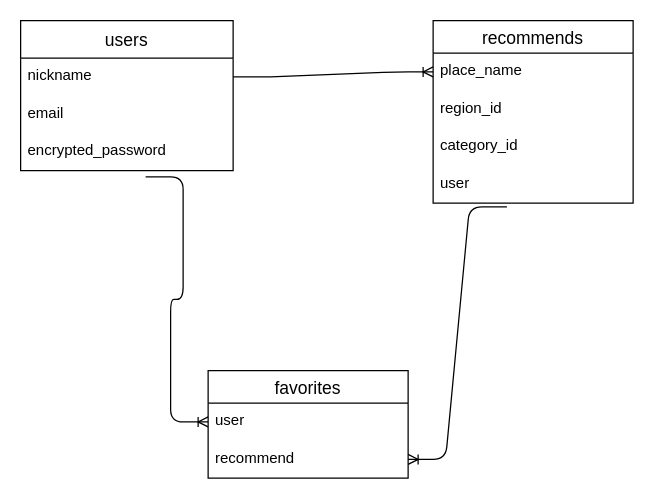
Earlier version of the draw.io diagram test.dio (Ikumarucyanman/original-37116). Source tidied: cells renumbered, new cells numbered last; positions are measured from the earlier drawing's top-left corner, leaving out a move shared by most shapes. Both pictures are drawn from the tidied source at 125%, with x=0, y=0 at pixel (20, 20).
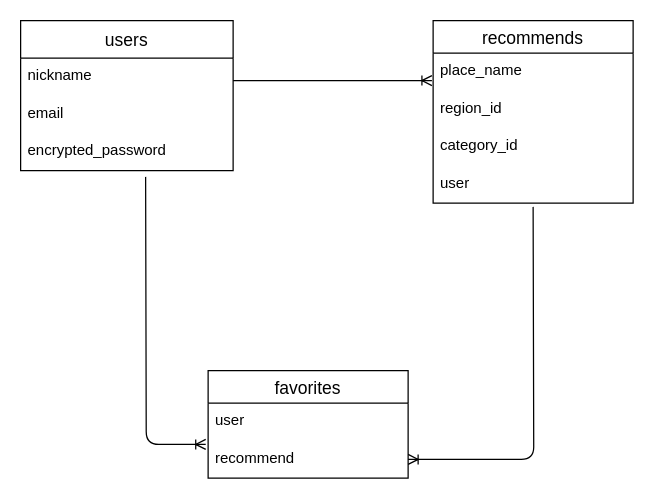
Above is the later version.

What changed in the source:
```diff
@@
 <mxGraphModel>
   <root>
     <mxCell id="0" />
     <mxCell id="1" parent="0" />
     <mxCell id="2" value="users" style="swimlane;fontStyle=0;horizontal=1;startSize=30;align=center;fontSize=14;" parent="1" vertex="1">
       <mxGeometry width="170" height="120" as="geometry" />
     </mxCell>
     <mxCell id="3" value="nickname" style="text;strokeColor=none;fillColor=none;spacingLeft=4;spacingRight=4;overflow=hidden;points=[[0,0.5],[1,0.5]];portConstraint=eastwest;fontSize=12;" parent="2" vertex="1">
       <mxGeometry y="30" width="170" height="30" as="geometry" />
     </mxCell>
     <mxCell id="4" value="email" style="text;strokeColor=none;fillColor=none;spacingLeft=4;spacingRight=4;overflow=hidden;fontSize=12;" parent="2" vertex="1">
       <mxGeometry y="60" width="170" height="30" as="geometry" />
     </mxCell>
     <mxCell id="5" value="encrypted_password" style="text;strokeColor=none;fillColor=none;spacingLeft=4;spacingRight=4;overflow=hidden;fontSize=12;" parent="2" vertex="1">
       <mxGeometry y="90" width="170" height="30" as="geometry" />
     </mxCell>
     <mxCell id="6" value="recommends" style="swimlane;fontStyle=0;horizontal=1;startSize=26;align=center;fontSize=14;" parent="1" vertex="1">
       <mxGeometry x="330" width="160" height="146" as="geometry" />
     </mxCell>
     <mxCell id="7" value="place_name" style="text;strokeColor=none;fillColor=none;spacingLeft=4;spacingRight=4;overflow=hidden;points=[[0,0.5],[1,0.5]];portConstraint=eastwest;fontSize=12;" parent="6" vertex="1">
       <mxGeometry y="26" width="160" height="30" as="geometry" />
     </mxCell>
     <mxCell id="8" value="region_id" style="text;strokeColor=none;fillColor=none;spacingLeft=4;spacingRight=4;overflow=hidden;fontSize=12;" parent="6" vertex="1">
       <mxGeometry y="56" width="160" height="30" as="geometry" />
     </mxCell>
     <mxCell id="9" value="category_id" style="text;strokeColor=none;fillColor=none;spacingLeft=4;spacingRight=4;overflow=hidden;fontSize=12;" parent="6" vertex="1">
       <mxGeometry y="86" width="160" height="30" as="geometry" />
     </mxCell>
     <mxCell id="10" value="user" style="text;strokeColor=none;fillColor=none;spacingLeft=4;spacingRight=4;overflow=hidden;points=[[0,0.5],[1,0.5]];portConstraint=eastwest;fontSize=12;" parent="6" vertex="1">
       <mxGeometry y="116" width="160" height="30" as="geometry" />
     </mxCell>
     <mxCell id="11" value="favorites" style="swimlane;fontStyle=0;horizontal=1;startSize=26;align=center;fontSize=14;" parent="1" vertex="1">
       <mxGeometry x="150" y="280" width="160" height="86" as="geometry" />
     </mxCell>
     <mxCell id="12" value="user" style="text;strokeColor=none;fillColor=none;spacingLeft=4;spacingRight=4;overflow=hidden;points=[[0,0.5],[1,0.5]];portConstraint=eastwest;fontSize=12;" parent="11" vertex="1">
       <mxGeometry y="26" width="160" height="30" as="geometry" />
     </mxCell>
     <mxCell id="13" value="recommend" style="text;strokeColor=none;fillColor=none;spacingLeft=4;spacingRight=4;overflow=hidden;points=[[0,0.5],[1,0.5]];portConstraint=eastwest;fontSize=12;" parent="11" vertex="1">
       <mxGeometry y="56" width="160" height="30" as="geometry" />
     </mxCell>
-    <mxCell id="14" style="edgeStyle=entityRelationEdgeStyle;fontSize=12;html=1;endArrow=ERoneToMany;entryX=0;entryY=0.5;entryDx=0;entryDy=0;" parent="1" edge="1" target="12">
+    <mxCell id="14" style="fontSize=12;html=1;endArrow=ERoneToMany;entryX=-0.012;entryY=1.1;entryDx=0;entryDy=0;edgeStyle=orthogonalEdgeStyle;entryPerimeter=0;" parent="1" edge="1" target="12">
       <mxGeometry relative="1" as="geometry">
         <mxPoint x="100" y="125" as="sourcePoint" />
       </mxGeometry>
     </mxCell>
-    <mxCell id="15" style="edgeStyle=entityRelationEdgeStyle;fontSize=12;html=1;endArrow=ERoneToMany;exitX=0.369;exitY=1.1;exitDx=0;exitDy=0;exitPerimeter=0;entryX=1;entryY=0.5;entryDx=0;entryDy=0;" parent="1" edge="1" source="10" target="13">
-      <mxGeometry relative="1" as="geometry" />
+    <mxCell id="15" style="edgeStyle=orthogonalEdgeStyle;fontSize=12;html=1;endArrow=ERoneToMany;entryX=1;entryY=0.5;entryDx=0;entryDy=0;" parent="1" edge="1" target="13">
+      <mxGeometry relative="1" as="geometry">
+        <mxPoint x="410" y="149" as="sourcePoint" />
+      </mxGeometry>
     </mxCell>
-    <mxCell id="16" style="edgeStyle=entityRelationEdgeStyle;fontSize=12;html=1;endArrow=ERoneToMany;exitX=1;exitY=0.5;exitDx=0;exitDy=0;entryX=0;entryY=0.5;entryDx=0;entryDy=0;" parent="1" edge="1" source="3" target="7">
-      <mxGeometry relative="1" as="geometry" />
+    <mxCell id="16" style="fontSize=12;html=1;endArrow=ERoneToMany;entryX=-0.006;entryY=0.733;entryDx=0;entryDy=0;entryPerimeter=0;" parent="1" edge="1" target="7">
+      <mxGeometry relative="1" as="geometry">
+        <mxPoint x="170" y="48" as="sourcePoint" />
+      </mxGeometry>
     </mxCell>
   </root>
 </mxGraphModel>
```
